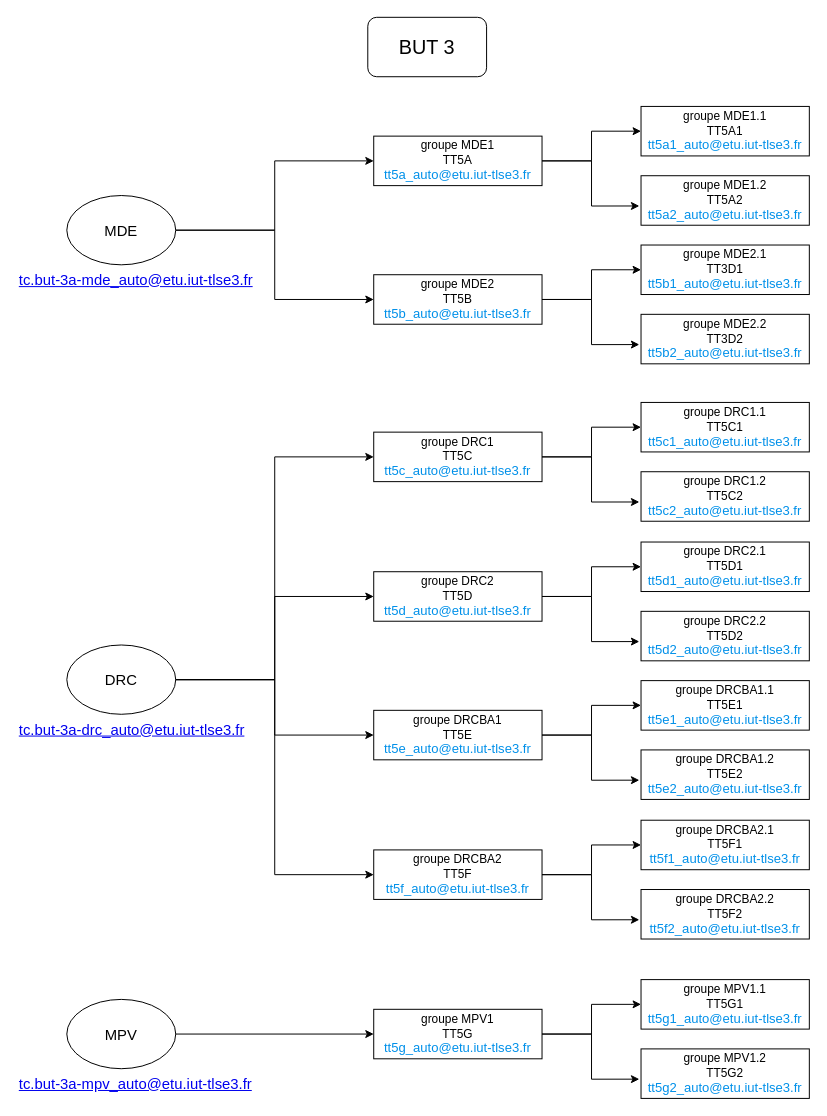
Above: BUT3.drawio in gI7DUmmY/diagrams (draw.io), before the change. Source tidied: cells renumbered, new cells numbered last; positions are measured from the earlier drawing's top-left corner, leaving out a move shared by most shapes. Both pictures are drawn from the tidied source at 99%, with x=0, y=0 at pixel (17, 17).
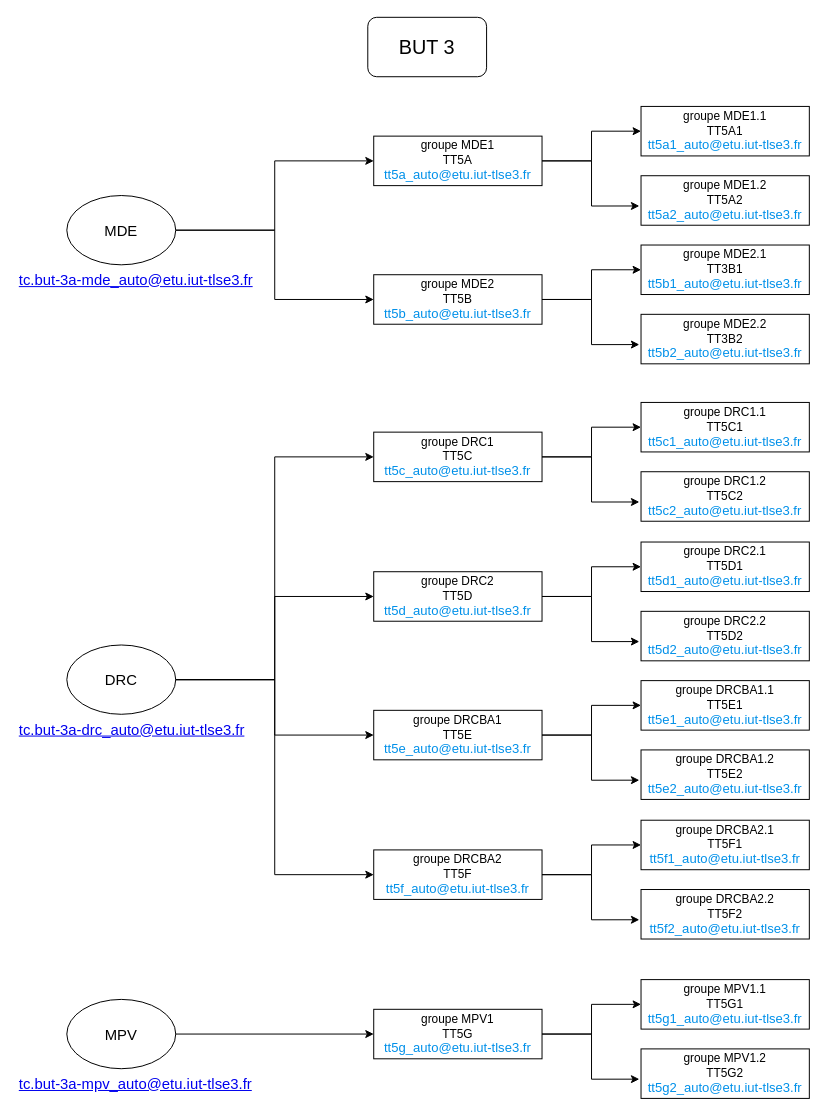
After the change.

Commit message:
Mettre à jour BUT3.drawio

Change to the diagram source:
```diff
@@
-    <mxCell id="21" value="groupe MDE2.1&lt;br style=&quot;border-color: var(--border-color);&quot;&gt;TT3D1&lt;br style=&quot;border-color: var(--border-color);&quot;&gt;&lt;a style=&quot;box-sizing: inherit; font-family: Raleway, sans-serif; font-size: 1.1em; background-color: rgb(255, 255, 255); line-height: inherit; color: rgb(0, 144, 233); text-decoration-line: none; cursor: pointer; margin: 0px; padding: 0px; border: 0px; text-size-adjust: 100%; font-variant-numeric: inherit; font-variant-east-asian: inherit; font-variant-alternates: inherit; font-variant-position: inherit; font-stretch: inherit; font-optical-sizing: inherit; font-kerning: inherit; font-feature-settings: inherit; font-variation-settings: inherit; vertical-align: baseline; transition: background-color 300ms ease-out 0s; -webkit-tap-highlight-color: rgba(0, 0, 0, 0); text-align: left;&quot; href=&quot;mailto:tt5b1_auto@etu.iut-tlse3.fr&quot;&gt;tt5b1_auto@etu.iut-tlse3.fr&lt;/a&gt;" style="rounded=0;whiteSpace=wrap;html=1;" parent="1" vertex="1">
+    <mxCell id="21" value="groupe MDE2.1&lt;br style=&quot;border-color: var(--border-color);&quot;&gt;TT3B1&lt;br style=&quot;border-color: var(--border-color);&quot;&gt;&lt;a style=&quot;box-sizing: inherit; font-family: Raleway, sans-serif; font-size: 1.1em; background-color: rgb(255, 255, 255); line-height: inherit; color: rgb(0, 144, 233); text-decoration-line: none; cursor: pointer; margin: 0px; padding: 0px; border: 0px; text-size-adjust: 100%; font-variant-numeric: inherit; font-variant-east-asian: inherit; font-variant-alternates: inherit; font-variant-position: inherit; font-stretch: inherit; font-optical-sizing: inherit; font-kerning: inherit; font-feature-settings: inherit; font-variation-settings: inherit; vertical-align: baseline; transition: background-color 300ms ease-out 0s; -webkit-tap-highlight-color: rgba(0, 0, 0, 0); text-align: left;&quot; href=&quot;mailto:tt5b1_auto@etu.iut-tlse3.fr&quot;&gt;tt5b1_auto@etu.iut-tlse3.fr&lt;/a&gt;" style="rounded=0;whiteSpace=wrap;html=1;" parent="1" vertex="1">
       <mxGeometry x="630" y="230" width="170" height="50" as="geometry" />
     </mxCell>
-    <mxCell id="22" value="groupe MDE2.2&lt;br style=&quot;border-color: var(--border-color);&quot;&gt;TT3D2&lt;br style=&quot;border-color: var(--border-color);&quot;&gt;&lt;a href=&quot;mailto:tt5b2_auto@etu.iut-tlse3.fr&quot; style=&quot;box-sizing: inherit; font-family: Raleway, sans-serif; font-size: 1.1em; background-color: rgb(255, 255, 255); line-height: inherit; color: rgb(0, 144, 233); text-decoration-line: none; cursor: pointer; margin: 0px; padding: 0px; border: 0px; text-size-adjust: 100%; font-variant-numeric: inherit; font-variant-east-asian: inherit; font-variant-alternates: inherit; font-variant-position: inherit; font-stretch: inherit; font-optical-sizing: inherit; font-kerning: inherit; font-feature-settings: inherit; font-variation-settings: inherit; vertical-align: baseline; transition: background-color 300ms ease-out 0s; -webkit-tap-highlight-color: rgba(0, 0, 0, 0); text-align: left;&quot;&gt;tt5b2_auto@etu.iut-tlse3.fr&lt;/a&gt;" style="rounded=0;whiteSpace=wrap;html=1;" parent="1" vertex="1">
+    <mxCell id="22" value="groupe MDE2.2&lt;br style=&quot;border-color: var(--border-color);&quot;&gt;TT3B2&lt;br style=&quot;border-color: var(--border-color);&quot;&gt;&lt;a href=&quot;mailto:tt5b2_auto@etu.iut-tlse3.fr&quot; style=&quot;box-sizing: inherit; font-family: Raleway, sans-serif; font-size: 1.1em; background-color: rgb(255, 255, 255); line-height: inherit; color: rgb(0, 144, 233); text-decoration-line: none; cursor: pointer; margin: 0px; padding: 0px; border: 0px; text-size-adjust: 100%; font-variant-numeric: inherit; font-variant-east-asian: inherit; font-variant-alternates: inherit; font-variant-position: inherit; font-stretch: inherit; font-optical-sizing: inherit; font-kerning: inherit; font-feature-settings: inherit; font-variation-settings: inherit; vertical-align: baseline; transition: background-color 300ms ease-out 0s; -webkit-tap-highlight-color: rgba(0, 0, 0, 0); text-align: left;&quot;&gt;tt5b2_auto@etu.iut-tlse3.fr&lt;/a&gt;" style="rounded=0;whiteSpace=wrap;html=1;" parent="1" vertex="1">
       <mxGeometry x="630" y="300" width="170" height="50" as="geometry" />
     </mxCell>
```
